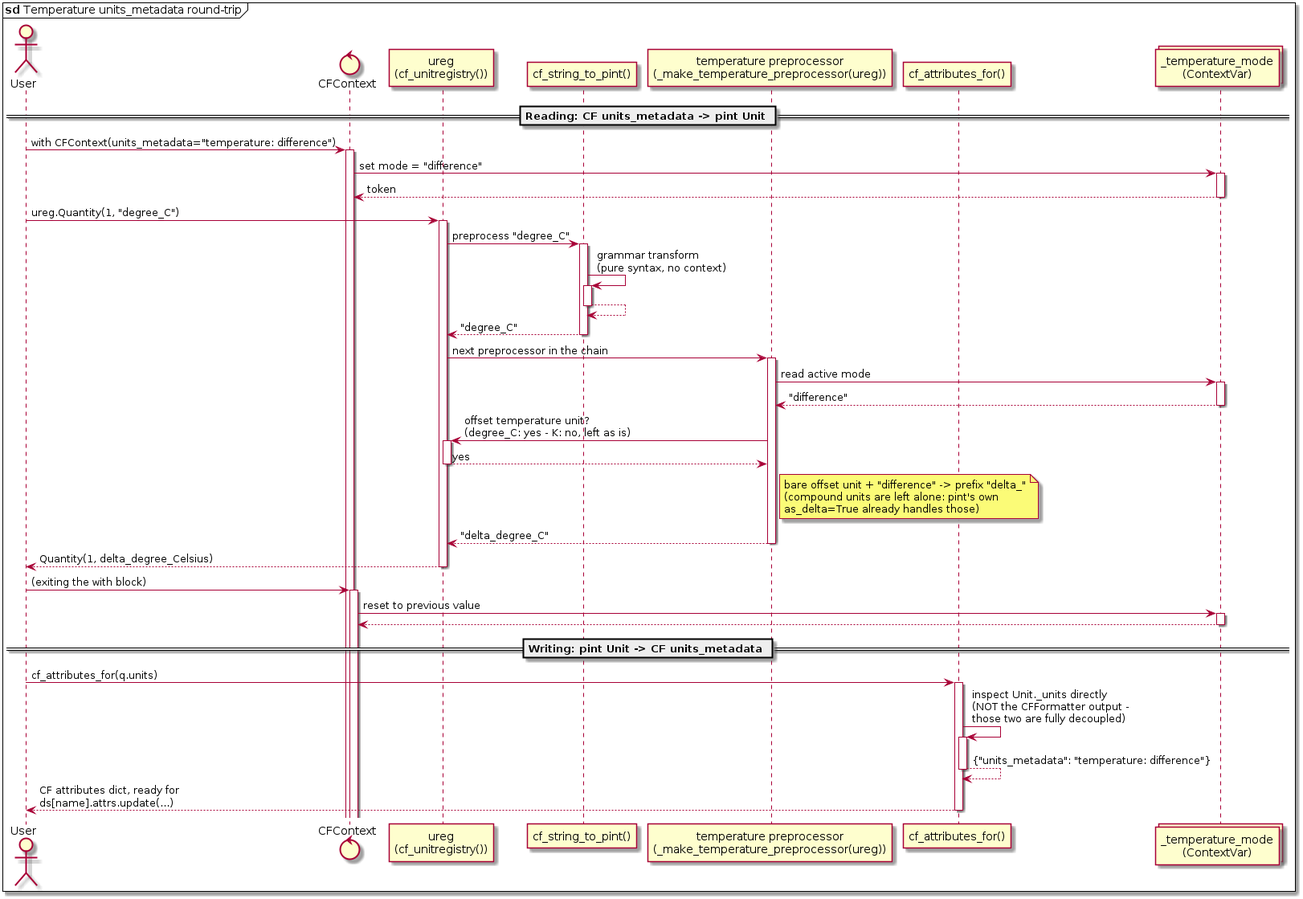
Earlier version of the PlantUML export docs/arch/sd-temperature.png (pgamez/pint-cf). Its source is kept beside it as docs/arch/sd-temperature.puml.
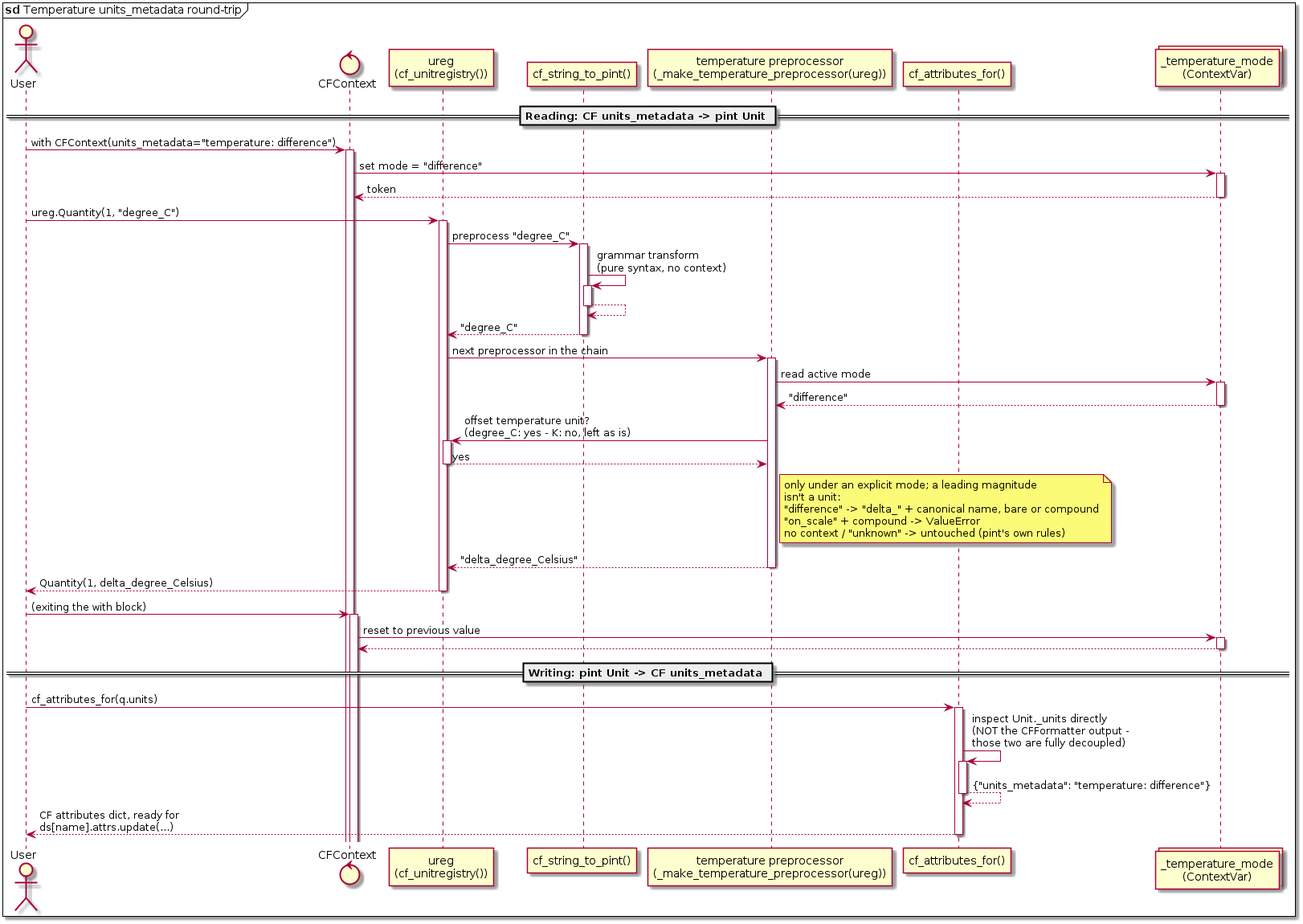
Above is the later version.

Commit message:
Fix CFContext with a magnitude in the string and delta_ plurals

What changed in the source:
```diff
@@ -28,11 +28,13 @@
         TEMP_MODE -> UREG : offset temperature unit?\n(degree_C: yes - K: no, left as is)
             return yes
         note right of TEMP_MODE
-            bare offset unit + "difference" -> prefix "delta_"
-            (compound units are left alone: pint's own
-            as_delta=True already handles those)
+            only under an explicit mode; a leading magnitude
+            isn't a unit:
+            "difference" -> "delta_" + canonical name, bare or compound
+            "on_scale" + compound -> ValueError
+            no context / "unknown" -> untouched (pint's own rules)
         end note
-        return "delta_degree_C"
+        return "delta_degree_Celsius"
     return Quantity(1, delta_degree_Celsius)
 
 User -> CFCONTEXT : (exiting the with block)
```
